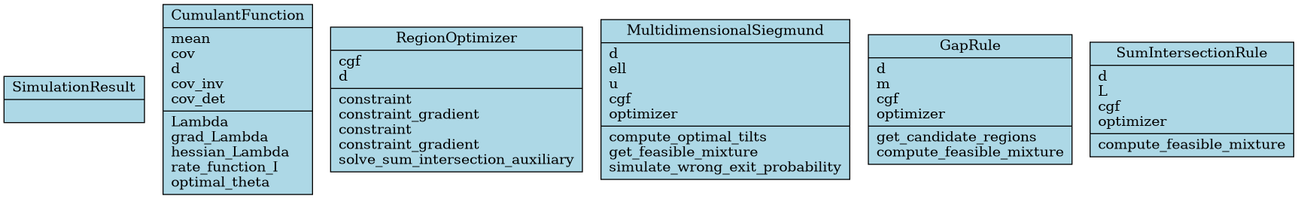
Earlier version of the Mermaid export docs/architecture/class-diagram.png (DiogoRibeiro7/efficient-importance-sampling). Its source is kept beside it as docs/architecture/class-diagram.mmd.
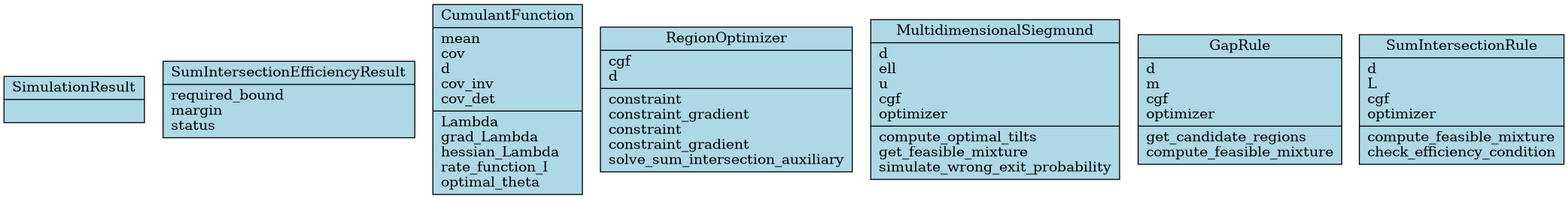
The same file after the commit.

Commit message:
docs: Update architecture diagrams [skip ci]

Change to the diagram source:
```diff
@@ -1,5 +1,11 @@
 classDiagram
   class SimulationResult {
+  }
+
+  class SumIntersectionEfficiencyResult {
+    +required_bound()
+    +margin()
+    +status()
   }
 
   class CumulantFunction {
@@ -24,9 +30,9 @@
     +constraint()
     +constraint_gradient()
     +solve_sum_intersection_auxiliary()
+    +solve_sum_intersection_coverage()
     +constraint()
     +constraint_gradient()
-    +solve_kkt_system()
   }
 
   class MultidimensionalSiegmund {
@@ -55,4 +61,5 @@
     +cgf
     +optimizer
     +compute_feasible_mixture()
+    +check_efficiency_condition()
   }
```
